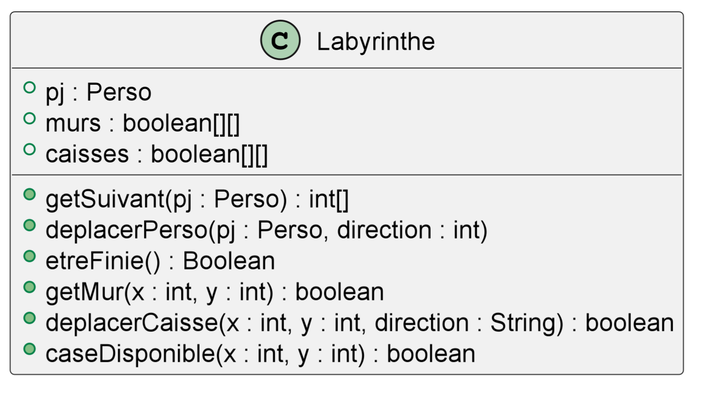
Before: documents/version_3/Modification du diagramme de classe de Labyrinthe.png, a diagram exported from PlantUML (Flotss/Zeldiablo). Its source is kept beside it as documents/version_3/Modification du diagramme de classe de Labyrinthe.puml. Its diagram source:
```plantuml
@startuml

class Labyrinthe{
    + pj : Perso
    + murs : boolean[][]
    + caisses : boolean[][]
    + getSuivant(pj : Perso) : int[]
    + deplacerPerso(pj : Perso, direction : int)
    + etreFinie() : Boolean
    + getMur(x : int, y : int) : boolean
    + deplacerCaisse(x : int, y : int, direction : String) : boolean
    + caseDisponible(x : int, y : int) : boolean
}



@enduml
```
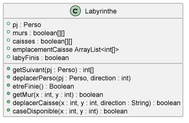
After the change.

Commit message:
correctif diagramme de sequence

What changed in the source:
```diff
@@ -4,6 +4,8 @@
     + pj : Perso
     + murs : boolean[][]
     + caisses : boolean[][]
+    + emplacementCaisse ArrayList<int[]>
+    + labyFinis : boolean
     + getSuivant(pj : Perso) : int[]
     + deplacerPerso(pj : Perso, direction : int)
     + etreFinie() : Boolean
```
